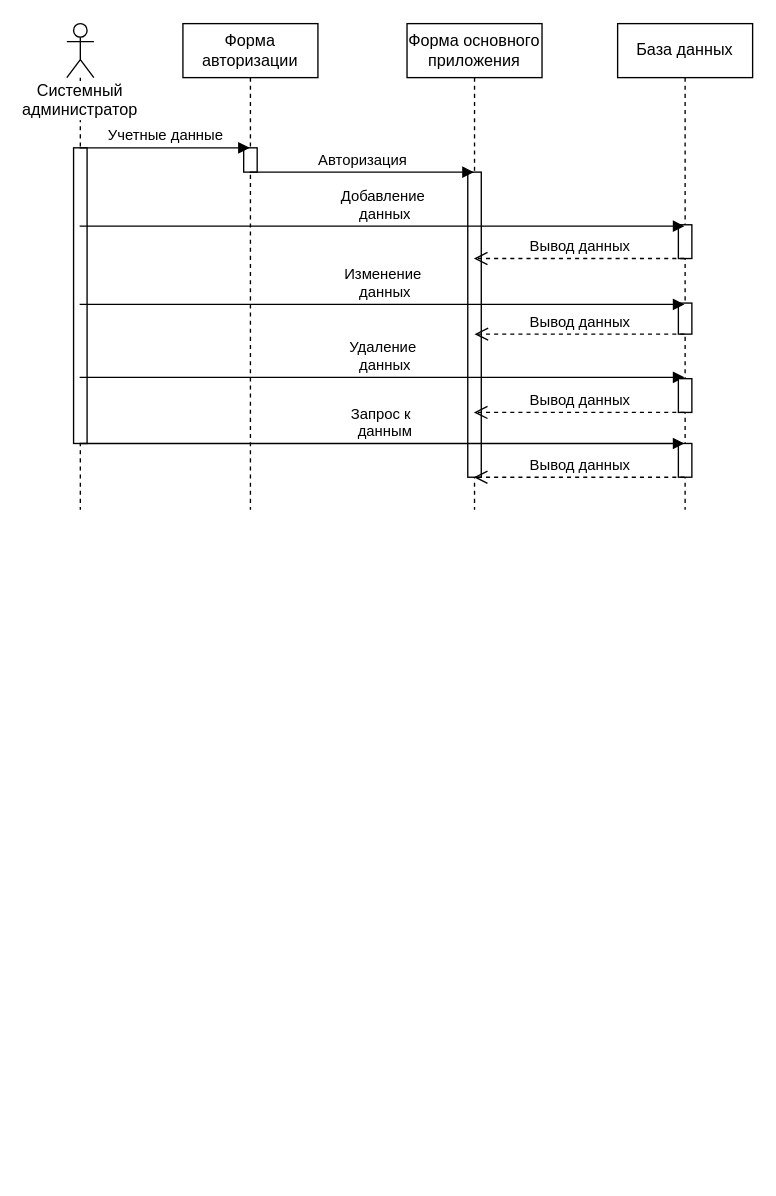
The draw.io diagram Sequence Diagram.drawio in OhotnikovV/AvIS, before the edit. Source tidied: cells renumbered, new cells numbered last; positions are measured from the earlier drawing's top-left corner, leaving out a move shared by most shapes. Both pictures are drawn from the tidied source at 135%, with x=0, y=0 at pixel (66, 23).
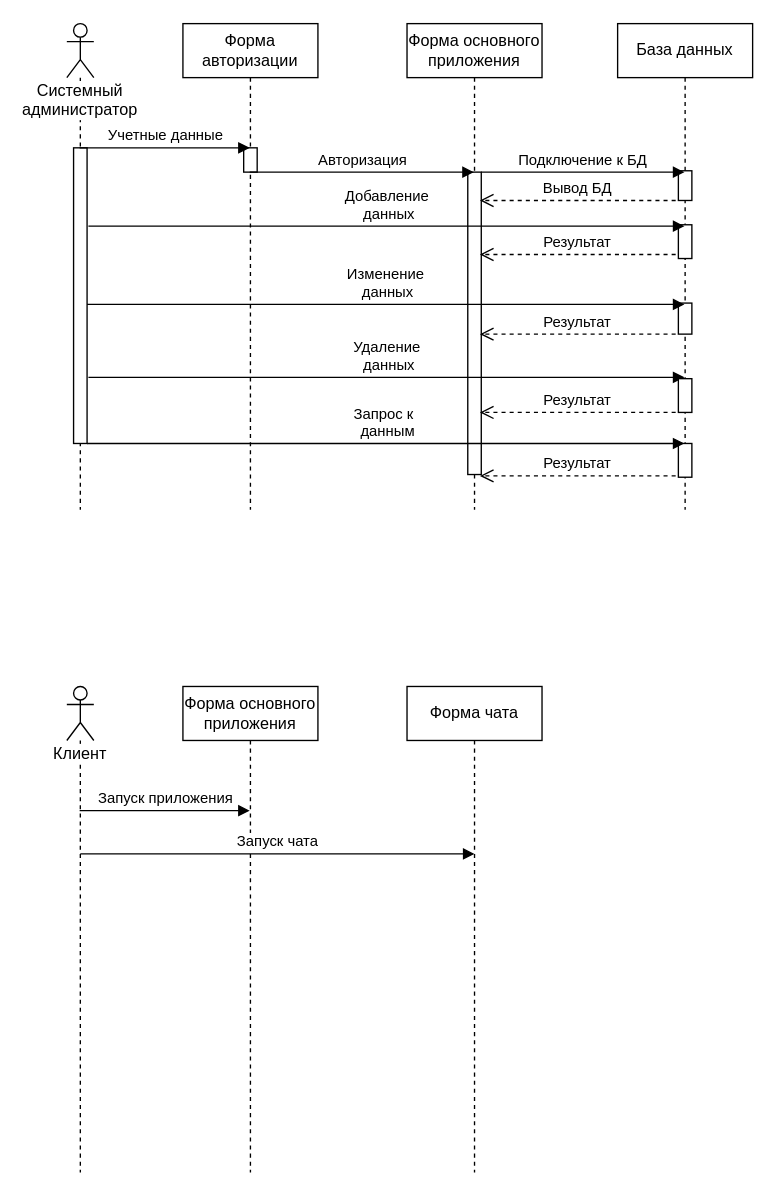
Above is the later version.

Unchanged cells that the change refers to:
```xml
<mxCell id="2" value="Системный администратор" style="shape=umlLifeline;participant=umlActor;perimeter=lifelinePerimeter;whiteSpace=wrap;html=1;verticalAlign=top;spacingTop=36;labelBackgroundColor=#ffffff;outlineConnect=0;" parent="1" vertex="1">
  <mxGeometry width="20" height="360" as="geometry" />
</mxCell>
<mxCell id="3" style="html=1;points=[];perimeter=orthogonalPerimeter;" parent="2" vertex="1">
  <mxGeometry x="5" y="92" width="10" height="219" as="geometry" />
</mxCell>
<mxCell id="6" value="База данных" style="shape=umlLifeline;perimeter=lifelinePerimeter;whiteSpace=wrap;html=1;outlineConnect=0;" parent="1" vertex="1">
  <mxGeometry x="408" width="100" height="360" as="geometry" />
</mxCell>
<mxCell id="10" value="Форма основного приложения" style="shape=umlLifeline;perimeter=lifelinePerimeter;whiteSpace=wrap;html=1;outlineConnect=0;" parent="1" vertex="1">
  <mxGeometry x="252" width="100" height="360" as="geometry" />
</mxCell>
```

Change to the diagram source:
```diff
@@
+    <mxCell id="23" style="html=1;perimeter=orthogonalPerimeter;" parent="6" vertex="1">
+      <mxGeometry x="45" y="109" width="10" height="22" as="geometry" />
+    </mxCell>
@@
     <mxCell id="11" style="html=1;perimeter=orthogonalPerimeter;" parent="10" vertex="1">
-      <mxGeometry x="45" y="110" width="10" height="226" as="geometry" />
+      <mxGeometry x="45" y="110" width="10" height="224" as="geometry" />
     </mxCell>
+    <mxCell id="24" value="Подключение к БД" style="html=1;verticalAlign=bottom;endArrow=block;" parent="10" edge="1" target="6">
+      <mxGeometry relative="1" as="geometry">
+        <mxPoint x="55" y="110" as="sourcePoint" />
+      </mxGeometry>
+    </mxCell>
@@
-    <mxCell id="14" value="Добавление&lt;br&gt;&amp;nbsp;данных" style="html=1;verticalAlign=bottom;endArrow=block;" parent="1" edge="1" source="2" target="6">
+    <mxCell id="14" value="Добавление&lt;br&gt;&amp;nbsp;данных" style="html=1;verticalAlign=bottom;endArrow=block;exitX=1.1;exitY=0.265;exitDx=0;exitDy=0;exitPerimeter=0;" parent="1" edge="1" source="3" target="6">
       <mxGeometry relative="1" as="geometry">
         <Array as="points">
           <mxPoint x="379" y="150" />
         </Array>
       </mxGeometry>
     </mxCell>
-    <mxCell id="15" value="Изменение&lt;br&gt;&amp;nbsp;данных" style="html=1;verticalAlign=bottom;endArrow=block;" parent="1" edge="1" source="2" target="6">
+    <mxCell id="15" value="Изменение&lt;br&gt;&amp;nbsp;данных" style="html=1;verticalAlign=bottom;endArrow=block;" parent="1" edge="1" target="6">
       <mxGeometry relative="1" as="geometry">
+        <mxPoint x="15" y="208" as="sourcePoint" />
         <Array as="points">
           <mxPoint x="435" y="208" />
         </Array>
       </mxGeometry>
     </mxCell>
-    <mxCell id="16" value="Удаление&lt;br&gt;&amp;nbsp;данных" style="html=1;verticalAlign=bottom;endArrow=block;" parent="1" edge="1" source="2" target="6">
+    <mxCell id="16" value="Удаление&lt;br&gt;&amp;nbsp;данных" style="html=1;verticalAlign=bottom;endArrow=block;" parent="1" edge="1" target="6">
       <mxGeometry relative="1" as="geometry">
+        <mxPoint x="16" y="262" as="sourcePoint" />
         <Array as="points">
           <mxPoint x="365" y="262" />
         </Array>
       </mxGeometry>
     </mxCell>
-    <mxCell id="17" value="Запрос к&amp;nbsp;&lt;br&gt;&amp;nbsp;данным" style="html=1;verticalAlign=bottom;endArrow=block;" parent="1" edge="1" source="2" target="6">
+    <mxCell id="17" value="Запрос к&amp;nbsp;&lt;br&gt;&amp;nbsp;данным" style="html=1;verticalAlign=bottom;endArrow=block;" parent="1" edge="1" target="6">
       <mxGeometry relative="1" as="geometry">
+        <mxPoint x="15" y="311" as="sourcePoint" />
         <Array as="points">
           <mxPoint x="392" y="311" />
         </Array>
       </mxGeometry>
     </mxCell>
-    <mxCell id="18" value="Вывод данных" style="html=1;verticalAlign=bottom;endArrow=open;dashed=1;endSize=8;" parent="1" edge="1" source="6" target="10">
+    <mxCell id="18" value="Результат" style="html=1;verticalAlign=bottom;endArrow=open;dashed=1;endSize=8;" parent="1" edge="1">
       <mxGeometry relative="1" as="geometry">
-        <Array as="points">
-          <mxPoint x="381" y="174" />
-        </Array>
+        <mxPoint x="451" y="171" as="sourcePoint" />
+        <mxPoint x="306" y="171" as="targetPoint" />
       </mxGeometry>
     </mxCell>
-    <mxCell id="19" value="Вывод данных" style="html=1;verticalAlign=bottom;endArrow=open;dashed=1;endSize=8;" parent="1" edge="1" source="6">
-      <mxGeometry relative="1" as="geometry">
-        <mxPoint x="302" y="230" as="targetPoint" />
-        <Array as="points">
-          <mxPoint x="337" y="230" />
-        </Array>
-      </mxGeometry>
-    </mxCell>
-    <mxCell id="20" value="Вывод данных" style="html=1;verticalAlign=bottom;endArrow=open;dashed=1;endSize=8;" parent="1" edge="1" source="6" target="10">
-      <mxGeometry relative="1" as="geometry">
-        <Array as="points">
-          <mxPoint x="326" y="336" />
-        </Array>
-      </mxGeometry>
-    </mxCell>
@@
-    <mxCell id="22" value="Вывод данных" style="html=1;verticalAlign=bottom;endArrow=open;dashed=1;endSize=8;" parent="1" edge="1" source="6" target="10">
-      <mxGeometry relative="1" as="geometry">
-        <Array as="points">
-          <mxPoint x="349" y="288" />
-        </Array>
-      </mxGeometry>
-    </mxCell>
+    <mxCell id="25" value="Результат" style="html=1;verticalAlign=bottom;endArrow=open;dashed=1;endSize=8;" parent="1" edge="1">
+      <mxGeometry relative="1" as="geometry">
+        <mxPoint x="451" y="230" as="sourcePoint" />
+        <mxPoint x="306" y="230" as="targetPoint" />
+      </mxGeometry>
+    </mxCell>
+    <mxCell id="26" value="Результат" style="html=1;verticalAlign=bottom;endArrow=open;dashed=1;endSize=8;" parent="1" edge="1">
+      <mxGeometry relative="1" as="geometry">
+        <mxPoint x="451" y="288" as="sourcePoint" />
+        <mxPoint x="306" y="288" as="targetPoint" />
+      </mxGeometry>
+    </mxCell>
+    <mxCell id="27" value="Результат" style="html=1;verticalAlign=bottom;endArrow=open;dashed=1;endSize=8;" parent="1" edge="1">
+      <mxGeometry relative="1" as="geometry">
+        <mxPoint x="451" y="335" as="sourcePoint" />
+        <mxPoint x="306" y="335" as="targetPoint" />
+      </mxGeometry>
+    </mxCell>
+    <mxCell id="28" value="Вывод БД" style="html=1;verticalAlign=bottom;endArrow=open;dashed=1;endSize=8;" parent="1" edge="1">
+      <mxGeometry relative="1" as="geometry">
+        <mxPoint x="451" y="131" as="sourcePoint" />
+        <mxPoint x="306" y="131" as="targetPoint" />
+      </mxGeometry>
+    </mxCell>
+    <mxCell id="29" value="Клиент" style="shape=umlLifeline;participant=umlActor;perimeter=lifelinePerimeter;whiteSpace=wrap;html=1;verticalAlign=top;spacingTop=36;labelBackgroundColor=#ffffff;outlineConnect=0;" parent="1" vertex="1">
+      <mxGeometry y="491" width="20" height="360" as="geometry" />
+    </mxCell>
+    <mxCell id="30" value="Форма основного приложения" style="shape=umlLifeline;perimeter=lifelinePerimeter;whiteSpace=wrap;html=1;outlineConnect=0;" parent="1" vertex="1">
+      <mxGeometry x="86" y="491" width="100" height="360" as="geometry" />
+    </mxCell>
+    <mxCell id="31" value="Форма чата" style="shape=umlLifeline;perimeter=lifelinePerimeter;whiteSpace=wrap;html=1;" parent="1" vertex="1">
+      <mxGeometry x="252" y="491" width="100" height="360" as="geometry" />
+    </mxCell>
+    <mxCell id="32" value="Запуск приложения" style="html=1;verticalAlign=bottom;endArrow=block;" parent="1" edge="1" source="29" target="30">
+      <mxGeometry relative="1" as="geometry">
+        <Array as="points">
+          <mxPoint x="72" y="583" />
+        </Array>
+      </mxGeometry>
+    </mxCell>
+    <mxCell id="33" value="Запуск чата" style="html=1;verticalAlign=bottom;endArrow=block;" parent="1" edge="1">
+      <mxGeometry relative="1" as="geometry">
+        <mxPoint x="10" y="615" as="sourcePoint" />
+        <mxPoint x="302" y="615" as="targetPoint" />
+        <Array as="points">
+          <mxPoint x="216" y="615" />
+        </Array>
+      </mxGeometry>
+    </mxCell>
```
